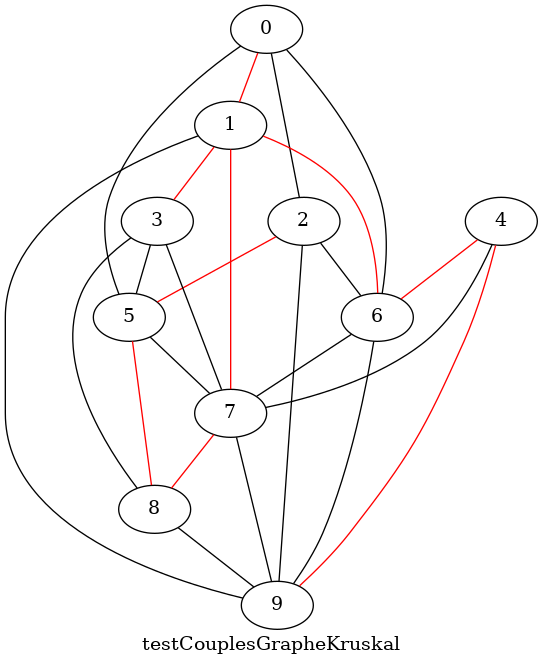
Before: compo_connexes/graphviz/testCouplesGrapheKruskal.png, a diagram exported from Graphviz (LilianHERTEL/Labyrinthe-parcours-en-C). Its source is kept beside it as compo_connexes/graphviz/testCouplesGrapheKruskal.dot. Its diagram source:
```dot
graph testCouplesGrapheKruskal {
	graph [bb="0,0,399,491",
		label=testCouplesGrapheKruskal,
		lheight=0.21,
		lp="199.5,11.5",
		lwidth=2.69
	];
	node [label="\N"];
	edge [color=black];
	0	 [height=0.5,
		pos="196,473",
		width=0.75];
	1	 [height=0.5,
		pos="169,401",
		width=0.75];
	0 -- 1 [key=10,
	color=red,
	pos="189.33,455.2 185.14,444.04 179.77,429.71 175.6,418.59"];
2 [height=0.5,
	pos="224,329",
	width=0.75];
0 -- 2 [key=29,
pos="199.49,455.05 204.86,427.46 215.07,374.9 220.47,347.17"];
5 [height=0.5,
pos="93,257",
width=0.75];
0 -- 5 [key=15,
pos="175.71,461.1 145.09,441.76 88.485,400.26 68,347 58.395,322.03 71.557,291.86 82.128,273.56"];
6 [height=0.5,
pos="279,257",
width=0.75];
0 -- 6 [key=13,
pos="211.04,457.55 231.54,435.29 267.27,391.92 281,347 288.36,322.94 285.67,293.54 282.66,275.04"];
3 [height=0.5,
pos="104,329",
width=0.75];
1 -- 3 [key=2,
color=red,
pos="154.9,385.38 143.99,373.3 128.97,356.66 118.08,344.59"];
1 -- 6 [key=8,
color=red,
pos="193.39,392.91 214.32,384.67 243.63,369.85 260,347 275.25,325.71 278.76,294.76 279.31,275.27"];
7 [height=0.5,
pos="169,185",
width=0.75];
1 -- 7 [key=11,
color=red,
pos="169,382.96 169,342.3 169,243.9 169,203.15"];
9 [height=0.5,
pos="204,41",
width=0.75];
1 -- 9 [key=26,
pos="144.43,393.04 97.554,376.15 0,331.97 0,257 0,257 0,257 0,185 0,98.731 123.27,59.569 178.16,46.407"];
2 -- 5 [key=2,
color=red,
pos="202.95,317.43 178.51,304 138.42,281.96 114,268.54"];
2 -- 6 [key=21,
pos="236.48,312.66 245.48,300.88 257.58,285.04 266.57,273.27"];
2 -- 9 [key=28,
pos="222.75,310.98 219.16,259.26 208.84,110.72 205.25,59.009"];
3 -- 5 [key=20,
pos="101.22,310.83 99.544,299.83 97.41,285.86 95.737,274.91"];
3 -- 7 [key=12,
pos="112.17,311.52 117.09,300.96 123.45,287.23 129,275 140.44,249.77 153.42,220.43 161.41,202.29"];
8 [height=0.5,
pos="112,113",
width=0.75];
3 -- 8 [key=21,
pos="86.606,314.96 75.819,305.08 62.924,290.83 57,275 51.392,260.01 53.731,254.66 57,239 65.633,197.64 88.62,153.24 101.99,129.78"];
4 [height=0.5,
pos="372,329",
width=0.75];
4 -- 6 [key=2,
color=red,
pos="354.07,315.12 337.6,302.37 313.33,283.58 296.88,270.84"];
4 -- 7 [key=25,
pos="364.99,311.34 356.15,291.2 339.16,258.54 315,239 279.28,210.1 226.62,195.77 195.27,189.4"];
4 -- 9 [key=2,
color=red,
pos="367.73,310.96 363.05,292.45 354.74,263.06 344,239 313.6,170.93 303.82,153.8 258,95 246.75,80.567 231.94,66.003 220.67,55.643"];
5 -- 7 [key=24,
pos="108.75,242.08 121.79,229.72 140.24,212.25 153.27,199.9"];
5 -- 8 [key=9,
color=red,
pos="95.368,239.05 99.009,211.46 105.94,158.9 109.6,131.17"];
6 -- 7 [key=18,
pos="259.59,244.29 239.6,231.21 208.64,210.94 188.59,197.82"];
6 -- 9 [key=6,
pos="276.33,238.91 271.4,208.32 259.37,144.87 238,95 232.24,81.559 223.38,67.622 216.15,57.274"];
7 -- 8 [key=3,
color=red,
pos="156.35,169.02 146.9,157.09 134.05,140.86 124.61,128.93"];
7 -- 9 [key=15,
pos="173.36,167.05 180.07,139.46 192.84,86.903 199.58,59.173"];
8 -- 9 [key=12,
pos="129.74,99.118 146.03,86.368 170.04,67.576 186.32,54.84"];
}
```
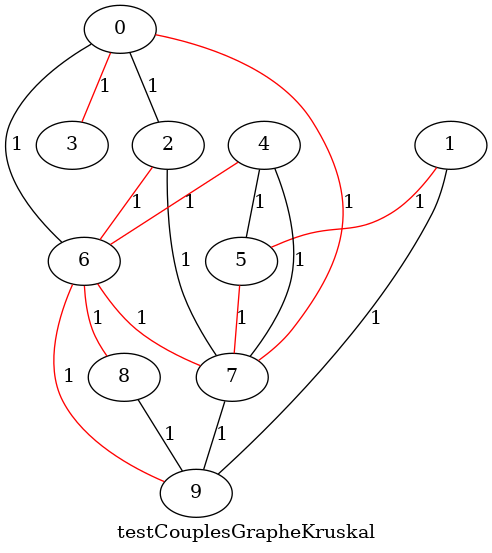
The same file after the commit.

Change to the diagram source:
```diff
@@ -1,97 +1,100 @@
 graph testCouplesGrapheKruskal {
-	graph [bb="0,0,399,491",
+	graph [bb="0,0,387,407",
 		label=testCouplesGrapheKruskal,
 		lheight=0.21,
-		lp="199.5,11.5",
+		lp="193.5,11.5",
 		lwidth=2.69
 	];
 	node [label="\N"];
-	edge [color=black];
 	0	 [height=0.5,
-		pos="196,473",
+		pos="112,389",
 		width=0.75];
+	2	 [height=0.5,
+		pos="148,302",
+		width=0.75];
+	0 -- 2	 [label=1,
+		lp="137,345.5",
+		pos="119.29,371.39 125.53,356.3 134.48,334.67 140.73,319.58"];
+	3	 [height=0.5,
+		pos="76,302",
+		width=0.75];
+	0 -- 3	 [color=red,
+		label=1,
+		lp="101,345.5",
+		pos="104.71,371.39 98.469,356.3 89.517,334.67 83.274,319.58"];
+	6	 [height=0.5,
+		pos="85,215",
+		width=0.75];
+	0 -- 6	 [label=1,
+		lp="35,302",
+		pos="90.226,377.91 70.375,366.43 42.327,346.48 30,320 14.629,286.98 46.806,249.42 68.128,229.39"];
+	7	 [height=0.5,
+		pos="175,128",
+		width=0.75];
+	0 -- 7	 [color=red,
+		label=1,
+		lp="278,258.5",
+		pos="138.58,384.87 172.53,378.03 229.99,360.79 256,320 285.4,273.91 271.71,249.65 257,197 252.39,180.48 249.24,176.01 237,164 225.72,\
+152.93 210.37,143.98 197.77,137.78"];
 	1	 [height=0.5,
-		pos="169,401",
+		pos="360,302",
 		width=0.75];
-	0 -- 1 [key=10,
-	color=red,
-	pos="189.33,455.2 185.14,444.04 179.77,429.71 175.6,418.59"];
-2 [height=0.5,
-	pos="224,329",
-	width=0.75];
-0 -- 2 [key=29,
-pos="199.49,455.05 204.86,427.46 215.07,374.9 220.47,347.17"];
-5 [height=0.5,
-pos="93,257",
-width=0.75];
-0 -- 5 [key=15,
-pos="175.71,461.1 145.09,441.76 88.485,400.26 68,347 58.395,322.03 71.557,291.86 82.128,273.56"];
-6 [height=0.5,
-pos="279,257",
-width=0.75];
-0 -- 6 [key=13,
-pos="211.04,457.55 231.54,435.29 267.27,391.92 281,347 288.36,322.94 285.67,293.54 282.66,275.04"];
-3 [height=0.5,
-pos="104,329",
-width=0.75];
-1 -- 3 [key=2,
-color=red,
-pos="154.9,385.38 143.99,373.3 128.97,356.66 118.08,344.59"];
-1 -- 6 [key=8,
-color=red,
-pos="193.39,392.91 214.32,384.67 243.63,369.85 260,347 275.25,325.71 278.76,294.76 279.31,275.27"];
-7 [height=0.5,
-pos="169,185",
-width=0.75];
-1 -- 7 [key=11,
-color=red,
-pos="169,382.96 169,342.3 169,243.9 169,203.15"];
-9 [height=0.5,
-pos="204,41",
-width=0.75];
-1 -- 9 [key=26,
-pos="144.43,393.04 97.554,376.15 0,331.97 0,257 0,257 0,257 0,185 0,98.731 123.27,59.569 178.16,46.407"];
-2 -- 5 [key=2,
-color=red,
-pos="202.95,317.43 178.51,304 138.42,281.96 114,268.54"];
-2 -- 6 [key=21,
-pos="236.48,312.66 245.48,300.88 257.58,285.04 266.57,273.27"];
-2 -- 9 [key=28,
-pos="222.75,310.98 219.16,259.26 208.84,110.72 205.25,59.009"];
-3 -- 5 [key=20,
-pos="101.22,310.83 99.544,299.83 97.41,285.86 95.737,274.91"];
-3 -- 7 [key=12,
-pos="112.17,311.52 117.09,300.96 123.45,287.23 129,275 140.44,249.77 153.42,220.43 161.41,202.29"];
-8 [height=0.5,
-pos="112,113",
-width=0.75];
-3 -- 8 [key=21,
-pos="86.606,314.96 75.819,305.08 62.924,290.83 57,275 51.392,260.01 53.731,254.66 57,239 65.633,197.64 88.62,153.24 101.99,129.78"];
-4 [height=0.5,
-pos="372,329",
-width=0.75];
-4 -- 6 [key=2,
-color=red,
-pos="354.07,315.12 337.6,302.37 313.33,283.58 296.88,270.84"];
-4 -- 7 [key=25,
-pos="364.99,311.34 356.15,291.2 339.16,258.54 315,239 279.28,210.1 226.62,195.77 195.27,189.4"];
-4 -- 9 [key=2,
-color=red,
-pos="367.73,310.96 363.05,292.45 354.74,263.06 344,239 313.6,170.93 303.82,153.8 258,95 246.75,80.567 231.94,66.003 220.67,55.643"];
-5 -- 7 [key=24,
-pos="108.75,242.08 121.79,229.72 140.24,212.25 153.27,199.9"];
-5 -- 8 [key=9,
-color=red,
-pos="95.368,239.05 99.009,211.46 105.94,158.9 109.6,131.17"];
-6 -- 7 [key=18,
-pos="259.59,244.29 239.6,231.21 208.64,210.94 188.59,197.82"];
-6 -- 9 [key=6,
-pos="276.33,238.91 271.4,208.32 259.37,144.87 238,95 232.24,81.559 223.38,67.622 216.15,57.274"];
-7 -- 8 [key=3,
-color=red,
-pos="156.35,169.02 146.9,157.09 134.05,140.86 124.61,128.93"];
-7 -- 9 [key=15,
-pos="173.36,167.05 180.07,139.46 192.84,86.903 199.58,59.173"];
-8 -- 9 [key=12,
-pos="129.74,99.118 146.03,86.368 170.04,67.576 186.32,54.84"];
+	5	 [height=0.5,
+		pos="203,215",
+		width=0.75];
+	1 -- 5	 [color=red,
+		label=1,
+		lp="337,258.5",
+		pos="349.35,285.38 341.25,274.06 329.11,259.61 315,251 287.21,234.04 274.79,243.58 244,233 237.82,230.88 231.29,228.21 225.29,225.58"];
+	9	 [height=0.5,
+		pos="135,41",
+		width=0.75];
+	1 -- 9	 [label=1,
+		lp="297,171.5",
+		pos="357.25,283.69 355.19,273.58 351.71,261.06 346,251 295.15,161.31 195.41,83.875 153.87,54.065"];
+	2 -- 6	 [color=red,
+		label=1,
+		lp="125,258.5",
+		pos="136.15,285.64 124.89,270.08 108.04,246.82 96.797,231.29"];
+	2 -- 7	 [label=1,
+		lp="162,215",
+		pos="148.63,283.67 149.57,262.62 151.82,227.11 157,197 160.04,179.31 165.41,159.52 169.5,145.69"];
+	4	 [height=0.5,
+		pos="220,302",
+		width=0.75];
+	4 -- 5	 [label=1,
+		lp="217,258.5",
+		pos="216.48,283.97 213.56,269.04 209.43,247.93 206.52,233"];
+	4 -- 6	 [color=red,
+		label=1,
+		lp="165,258.5",
+		pos="200.37,289.35 174.77,272.85 130.26,244.17 104.65,227.67"];
+	4 -- 7	 [label=1,
+		lp="248,215",
+		pos="228.72,284.71 238.21,263.43 250.57,226.49 239,197 229.93,173.88 209.07,153.89 193.61,141.46"];
+	5 -- 7	 [color=red,
+		label=1,
+		lp="195,171.5",
+		pos="197.33,197.39 192.51,182.4 185.6,160.95 180.75,145.88"];
+	6 -- 7	 [color=red,
+		label=1,
+		lp="129,171.5",
+		pos="95.798,198.35 103.06,187.85 113.24,174.36 124,164 133.21,155.13 144.77,146.79 154.55,140.37"];
+	8	 [height=0.5,
+		pos="27,128",
+		width=0.75];
+	6 -- 8	 [color=red,
+		label=1,
+		lp="64,171.5",
+		pos="73.817,198.23 63.547,182.82 48.408,160.11 38.149,144.72"];
+	6 -- 9	 [color=red,
+		label=1,
+		lp="119,128",
+		pos="90.163,197.03 99.769,163.6 120.28,92.223 129.87,58.868"];
+	7 -- 9	 [label=1,
+		lp="162,84.5",
+		pos="166.91,110.39 159.92,95.201 149.89,73.381 142.95,58.283"];
+	8 -- 9	 [label=1,
+		lp="71,84.5",
+		pos="37.343,110.84 44.421,100.14 54.571,86.615 66,77 79.544,65.605 97.295,56.445 111.4,50.217"];
 }
```
